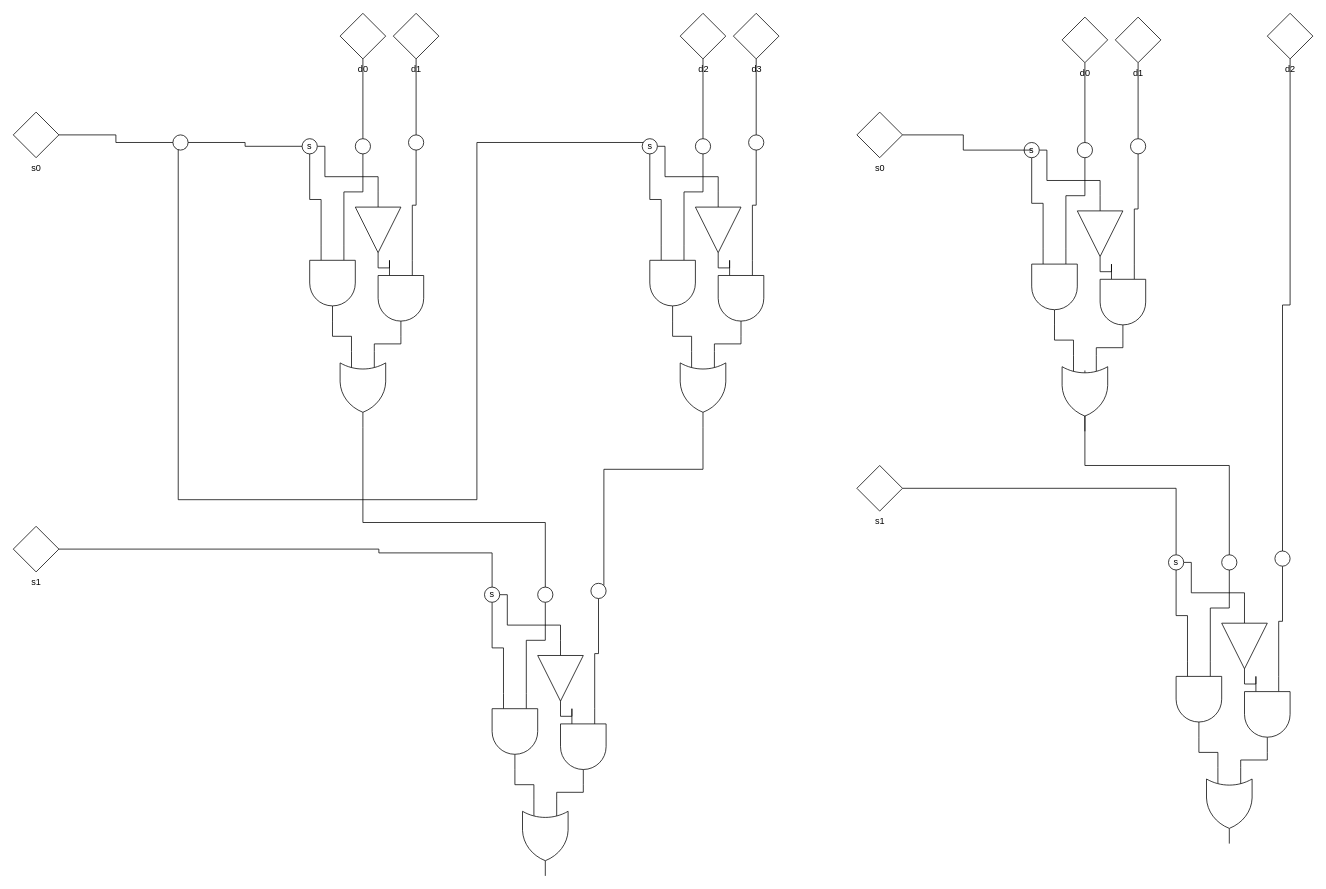
Earlier version of the draw.io diagram Tutorat1/figures/3_to_1_multiplexer.drawio (matthejue/Einf-hrung_in_ESE_Tutoratsfolien). Source tidied: cells renumbered, new cells numbered last; positions are measured from the earlier drawing's top-left corner, leaving out a move shared by most shapes. Both pictures are drawn from the tidied source at 76%, with x=0, y=0 at pixel (13, 13).
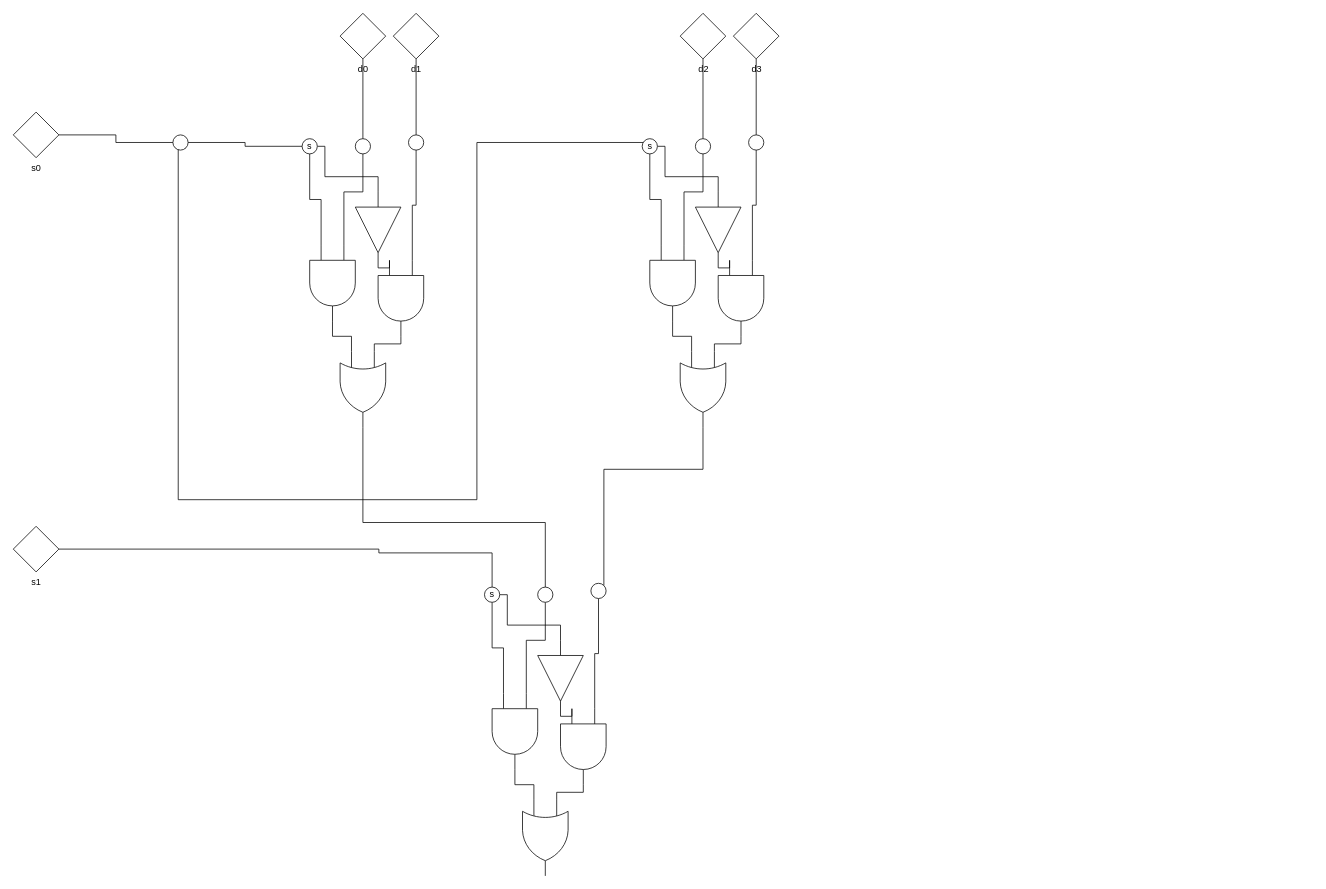
After the change.

Change to the diagram source:
```diff
@@
-    <mxCell id="61" style="edgeStyle=orthogonalEdgeStyle;rounded=0;jettySize=auto;html=1;exitX=1;exitY=0.5;exitDx=0;exitDy=0;exitPerimeter=0;entryX=0;entryY=0.75;entryDx=0;entryDy=0;entryPerimeter=0;strokeColor=default;endArrow=none;endFill=0;elbow=vertical;" parent="1" edge="1" source="62" target="66">
-      <mxGeometry relative="1" as="geometry" />
-    </mxCell>
-    <mxCell id="62" style="verticalLabelPosition=bottom;shadow=0;dashed=0;align=center;html=1;verticalAlign=top;shape=mxgraph.electrical.logic_gates.logic_gate;operation=and;rotation=90;" parent="1" vertex="1">
-      <mxGeometry x="1320" y="330" width="100" height="60" as="geometry" />
-    </mxCell>
-    <mxCell id="63" style="edgeStyle=orthogonalEdgeStyle;rounded=0;jettySize=auto;html=1;entryX=0;entryY=0.25;entryDx=0;entryDy=0;entryPerimeter=0;strokeColor=default;endArrow=none;endFill=0;elbow=vertical;" parent="1" edge="1" source="64" target="66">
-      <mxGeometry relative="1" as="geometry">
-        <Array as="points">
-          <mxPoint x="1460" y="440" />
-          <mxPoint x="1425" y="440" />
-        </Array>
-      </mxGeometry>
-    </mxCell>
-    <mxCell id="64" style="verticalLabelPosition=bottom;shadow=0;dashed=0;align=center;html=1;verticalAlign=top;shape=mxgraph.electrical.logic_gates.logic_gate;operation=and;rotation=90;" parent="1" vertex="1">
-      <mxGeometry x="1410" y="350" width="100" height="60" as="geometry" />
-    </mxCell>
-    <mxCell id="65" style="edgeStyle=orthogonalEdgeStyle;rounded=0;jettySize=auto;html=1;entryX=1;entryY=0.5;entryDx=0;entryDy=0;strokeColor=default;endArrow=none;endFill=0;elbow=vertical;" parent="1" edge="1" target="86">
-      <mxGeometry relative="1" as="geometry">
-        <mxPoint x="1410" y="470" as="sourcePoint" />
-        <Array as="points">
-          <mxPoint x="1410" y="595" />
-          <mxPoint x="1600" y="595" />
-          <mxPoint x="1600" y="723" />
-        </Array>
-      </mxGeometry>
-    </mxCell>
-    <mxCell id="66" style="verticalLabelPosition=bottom;shadow=0;dashed=0;align=center;html=1;verticalAlign=top;shape=mxgraph.electrical.logic_gates.logic_gate;operation=or;rotation=90;" parent="1" vertex="1">
-      <mxGeometry x="1360" y="470" width="100" height="60" as="geometry" />
-    </mxCell>
-    <mxCell id="67" style="edgeStyle=orthogonalEdgeStyle;rounded=0;jettySize=auto;html=1;strokeColor=default;endArrow=none;endFill=0;elbow=vertical;entryX=0;entryY=0.75;entryDx=0;entryDy=0;entryPerimeter=0;" parent="1" edge="1" source="69" target="62">
-      <mxGeometry relative="1" as="geometry" />
-    </mxCell>
-    <mxCell id="68" style="edgeStyle=orthogonalEdgeStyle;rounded=0;jettySize=auto;html=1;strokeColor=default;endArrow=none;endFill=0;elbow=vertical;" parent="1" edge="1" source="69" target="75">
-      <mxGeometry relative="1" as="geometry">
-        <Array as="points">
-          <mxPoint x="1360" y="180" />
-          <mxPoint x="1360" y="220" />
-          <mxPoint x="1430" y="220" />
-        </Array>
-      </mxGeometry>
-    </mxCell>
-    <mxCell id="69" value="s" style="ellipse;whiteSpace=wrap;html=1;" parent="1" vertex="1">
-      <mxGeometry x="1330" y="170" width="20" height="20" as="geometry" />
-    </mxCell>
-    <mxCell id="70" style="edgeStyle=orthogonalEdgeStyle;rounded=0;jettySize=auto;html=1;entryX=0;entryY=0.25;entryDx=0;entryDy=0;entryPerimeter=0;strokeColor=default;endArrow=none;endFill=0;elbow=vertical;" parent="1" edge="1" source="71" target="62">
-      <mxGeometry relative="1" as="geometry">
-        <Array as="points">
-          <mxPoint x="1410" y="240" />
-          <mxPoint x="1385" y="240" />
-        </Array>
-      </mxGeometry>
-    </mxCell>
-    <mxCell id="71" style="ellipse;whiteSpace=wrap;html=1;" parent="1" vertex="1">
-      <mxGeometry x="1400" y="170" width="20" height="20" as="geometry" />
-    </mxCell>
-    <mxCell id="72" style="edgeStyle=orthogonalEdgeStyle;rounded=0;jettySize=auto;html=1;entryX=0;entryY=0.25;entryDx=0;entryDy=0;entryPerimeter=0;strokeColor=default;endArrow=none;endFill=0;elbow=vertical;" parent="1" edge="1" source="73" target="64">
-      <mxGeometry relative="1" as="geometry" />
-    </mxCell>
-    <mxCell id="73" style="ellipse;whiteSpace=wrap;html=1;" parent="1" vertex="1">
-      <mxGeometry x="1470" y="165" width="20" height="20" as="geometry" />
-    </mxCell>
-    <mxCell id="74" style="edgeStyle=orthogonalEdgeStyle;rounded=0;jettySize=auto;html=1;exitX=1;exitY=0.5;exitDx=0;exitDy=0;entryX=0;entryY=0.75;entryDx=0;entryDy=0;entryPerimeter=0;strokeColor=default;endArrow=none;endFill=0;elbow=vertical;" parent="1" edge="1" source="75" target="64">
-      <mxGeometry relative="1" as="geometry" />
-    </mxCell>
-    <mxCell id="75" style="verticalLabelPosition=bottom;shadow=0;dashed=0;align=center;html=1;verticalAlign=top;shape=mxgraph.electrical.logic_gates.buffer2;rotation=90;" parent="1" vertex="1">
-      <mxGeometry x="1380" y="260" width="100" height="60" as="geometry" />
-    </mxCell>
-    <mxCell id="76" style="edgeStyle=orthogonalEdgeStyle;rounded=0;jettySize=auto;html=1;exitX=1;exitY=0.5;exitDx=0;exitDy=0;exitPerimeter=0;entryX=0;entryY=0.75;entryDx=0;entryDy=0;entryPerimeter=0;strokeColor=default;endArrow=none;endFill=0;elbow=vertical;" parent="1" edge="1" source="77" target="80">
-      <mxGeometry relative="1" as="geometry" />
-    </mxCell>
-    <mxCell id="77" style="verticalLabelPosition=bottom;shadow=0;dashed=0;align=center;html=1;verticalAlign=top;shape=mxgraph.electrical.logic_gates.logic_gate;operation=and;rotation=90;" parent="1" vertex="1">
-      <mxGeometry x="1510" y="872.5" width="100" height="60" as="geometry" />
-    </mxCell>
-    <mxCell id="78" style="edgeStyle=orthogonalEdgeStyle;rounded=0;jettySize=auto;html=1;entryX=0;entryY=0.25;entryDx=0;entryDy=0;entryPerimeter=0;strokeColor=default;endArrow=none;endFill=0;elbow=vertical;" parent="1" edge="1" source="79" target="80">
-      <mxGeometry relative="1" as="geometry">
-        <Array as="points">
-          <mxPoint x="1650" y="982.5" />
-          <mxPoint x="1615" y="982.5" />
-        </Array>
-      </mxGeometry>
-    </mxCell>
-    <mxCell id="79" style="verticalLabelPosition=bottom;shadow=0;dashed=0;align=center;html=1;verticalAlign=top;shape=mxgraph.electrical.logic_gates.logic_gate;operation=and;rotation=90;" parent="1" vertex="1">
-      <mxGeometry x="1600" y="892.5" width="100" height="60" as="geometry" />
-    </mxCell>
-    <mxCell id="80" style="verticalLabelPosition=bottom;shadow=0;dashed=0;align=center;html=1;verticalAlign=top;shape=mxgraph.electrical.logic_gates.logic_gate;operation=or;rotation=90;" parent="1" vertex="1">
-      <mxGeometry x="1550" y="1012.5" width="100" height="60" as="geometry" />
-    </mxCell>
-    <mxCell id="81" style="edgeStyle=orthogonalEdgeStyle;rounded=0;jettySize=auto;html=1;strokeColor=default;endArrow=none;endFill=0;elbow=vertical;entryX=0;entryY=0.75;entryDx=0;entryDy=0;entryPerimeter=0;" parent="1" edge="1" source="84" target="77">
-      <mxGeometry relative="1" as="geometry" />
-    </mxCell>
-    <mxCell id="82" style="edgeStyle=orthogonalEdgeStyle;rounded=0;jettySize=auto;html=1;strokeColor=default;endArrow=none;endFill=0;elbow=vertical;" parent="1" edge="1" source="84" target="91">
-      <mxGeometry relative="1" as="geometry">
-        <Array as="points">
-          <mxPoint x="1550" y="722.5" />
-          <mxPoint x="1550" y="762.5" />
-          <mxPoint x="1620" y="762.5" />
-        </Array>
-      </mxGeometry>
-    </mxCell>
-    <mxCell id="83" style="edgeStyle=orthogonalEdgeStyle;rounded=0;jettySize=auto;html=1;strokeColor=default;endArrow=none;endFill=0;elbow=vertical;" parent="1" edge="1" source="84" target="94">
-      <mxGeometry relative="1" as="geometry">
-        <Array as="points">
-          <mxPoint x="1530" y="625" />
-        </Array>
-      </mxGeometry>
-    </mxCell>
-    <mxCell id="84" value="s" style="ellipse;whiteSpace=wrap;html=1;" parent="1" vertex="1">
-      <mxGeometry x="1520" y="712.5" width="20" height="20" as="geometry" />
-    </mxCell>
-    <mxCell id="85" style="edgeStyle=orthogonalEdgeStyle;rounded=0;jettySize=auto;html=1;entryX=0;entryY=0.25;entryDx=0;entryDy=0;entryPerimeter=0;strokeColor=default;endArrow=none;endFill=0;elbow=vertical;" parent="1" edge="1" source="86" target="77">
-      <mxGeometry relative="1" as="geometry">
-        <Array as="points">
-          <mxPoint x="1600" y="782.5" />
-          <mxPoint x="1575" y="782.5" />
-        </Array>
-      </mxGeometry>
-    </mxCell>
-    <mxCell id="86" style="ellipse;whiteSpace=wrap;html=1;" parent="1" vertex="1">
-      <mxGeometry x="1590" y="712.5" width="20" height="20" as="geometry" />
-    </mxCell>
-    <mxCell id="87" style="edgeStyle=orthogonalEdgeStyle;rounded=0;jettySize=auto;html=1;entryX=0;entryY=0.25;entryDx=0;entryDy=0;entryPerimeter=0;strokeColor=default;endArrow=none;endFill=0;elbow=vertical;" parent="1" edge="1" source="89" target="79">
-      <mxGeometry relative="1" as="geometry" />
-    </mxCell>
-    <mxCell id="88" style="edgeStyle=orthogonalEdgeStyle;rounded=0;jettySize=auto;html=1;endArrow=none;endFill=0;" parent="1" edge="1" source="89" target="99">
-      <mxGeometry relative="1" as="geometry" />
-    </mxCell>
-    <mxCell id="89" style="ellipse;whiteSpace=wrap;html=1;" parent="1" vertex="1">
-      <mxGeometry x="1660" y="707.5" width="20" height="20" as="geometry" />
-    </mxCell>
-    <mxCell id="90" style="edgeStyle=orthogonalEdgeStyle;rounded=0;jettySize=auto;html=1;exitX=1;exitY=0.5;exitDx=0;exitDy=0;entryX=0;entryY=0.75;entryDx=0;entryDy=0;entryPerimeter=0;strokeColor=default;endArrow=none;endFill=0;elbow=vertical;" parent="1" edge="1" source="91" target="79">
-      <mxGeometry relative="1" as="geometry" />
-    </mxCell>
-    <mxCell id="91" style="verticalLabelPosition=bottom;shadow=0;dashed=0;align=center;html=1;verticalAlign=top;shape=mxgraph.electrical.logic_gates.buffer2;rotation=90;" parent="1" vertex="1">
-      <mxGeometry x="1570" y="802.5" width="100" height="60" as="geometry" />
-    </mxCell>
-    <mxCell id="92" style="edgeStyle=orthogonalEdgeStyle;rounded=0;jettySize=auto;html=1;endArrow=none;endFill=0;" parent="1" edge="1" source="93">
-      <mxGeometry relative="1" as="geometry">
-        <mxPoint x="1340" y="180" as="targetPoint" />
-        <Array as="points">
-          <mxPoint x="1250" y="160" />
-          <mxPoint x="1250" y="180" />
-          <mxPoint x="1340" y="180" />
-        </Array>
-      </mxGeometry>
-    </mxCell>
-    <mxCell id="93" value="s0" style="verticalLabelPosition=bottom;shadow=0;dashed=0;align=center;html=1;verticalAlign=top;shape=mxgraph.electrical.signal_sources.source;points=[[0.5,0,0],[1,0.5,0],[0.5,1,0],[0,0.5,0]];elSignalType=none;elSourceType=dependent;" parent="1" vertex="1">
-      <mxGeometry x="1110" y="130" width="60" height="60" as="geometry" />
-    </mxCell>
-    <mxCell id="94" value="s1" style="verticalLabelPosition=bottom;shadow=0;dashed=0;align=center;html=1;verticalAlign=top;shape=mxgraph.electrical.signal_sources.source;points=[[0.5,0,0],[1,0.5,0],[0.5,1,0],[0,0.5,0]];elSignalType=none;elSourceType=dependent;" parent="1" vertex="1">
-      <mxGeometry x="1110" y="595" width="60" height="60" as="geometry" />
-    </mxCell>
-    <mxCell id="95" style="edgeStyle=orthogonalEdgeStyle;rounded=0;jettySize=auto;html=1;entryX=0.5;entryY=0;entryDx=0;entryDy=0;endArrow=none;endFill=0;" parent="1" edge="1" source="96" target="71">
-      <mxGeometry relative="1" as="geometry" />
-    </mxCell>
-    <mxCell id="96" value="d0" style="verticalLabelPosition=bottom;shadow=0;dashed=0;align=center;html=1;verticalAlign=top;shape=mxgraph.electrical.signal_sources.source;points=[[0.5,0,0],[1,0.5,0],[0.5,1,0],[0,0.5,0]];elSignalType=none;elSourceType=dependent;" parent="1" vertex="1">
-      <mxGeometry x="1380" y="5" width="60" height="60" as="geometry" />
-    </mxCell>
-    <mxCell id="97" style="edgeStyle=orthogonalEdgeStyle;rounded=0;jettySize=auto;html=1;endArrow=none;endFill=0;" parent="1" edge="1" source="98" target="73">
-      <mxGeometry relative="1" as="geometry" />
-    </mxCell>
-    <mxCell id="98" value="d1" style="verticalLabelPosition=bottom;shadow=0;dashed=0;align=center;html=1;verticalAlign=top;shape=mxgraph.electrical.signal_sources.source;points=[[0.5,0,0],[1,0.5,0],[0.5,1,0],[0,0.5,0]];elSignalType=none;elSourceType=dependent;" parent="1" vertex="1">
-      <mxGeometry x="1450" y="5" width="60" height="60" as="geometry" />
-    </mxCell>
-    <mxCell id="99" value="d2" style="verticalLabelPosition=bottom;shadow=0;dashed=0;align=center;html=1;verticalAlign=top;shape=mxgraph.electrical.signal_sources.source;points=[[0.5,0,0],[1,0.5,0],[0.5,1,0],[0,0.5,0]];elSignalType=none;elSourceType=dependent;" parent="1" vertex="1">
-      <mxGeometry x="1650" width="60" height="60" as="geometry" />
-    </mxCell>
```
